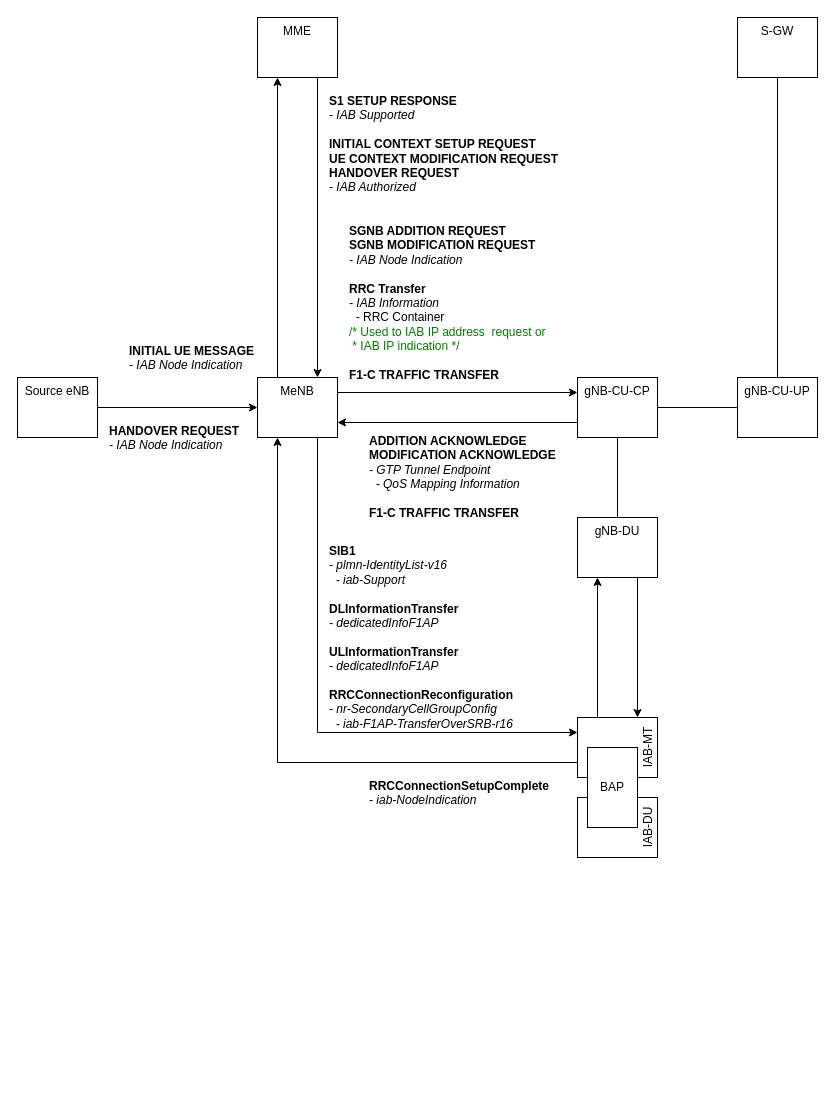
3gpp-network/iab keeps this draw.io diagram as overview.drawio. Above is the earlier version. Source tidied: cells renumbered, new cells numbered last; positions are measured from the earlier drawing's top-left corner, leaving out a move shared by most shapes. Both pictures are drawn from the tidied source at 100%, with x=0, y=0 at pixel (17, 17).
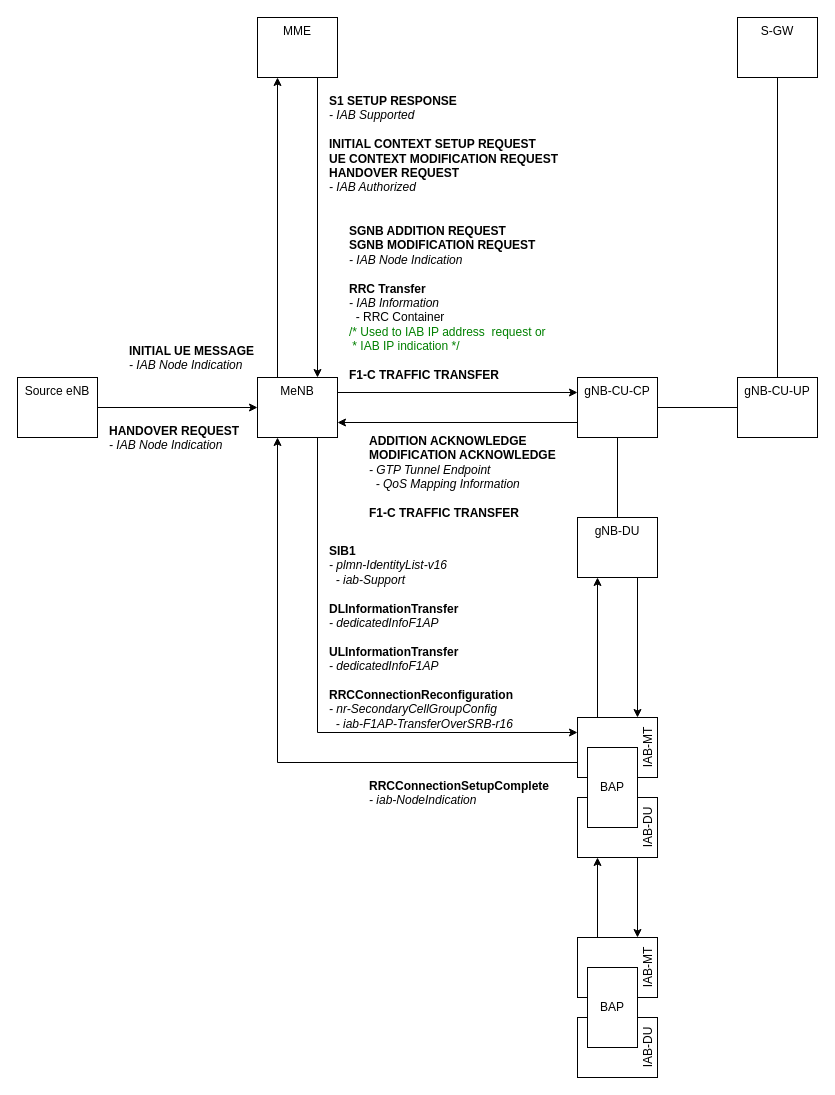
The same diagram, later.

Commit message:
Add one hop child in diagram

The change refers to these unchanged cells:
```xml
<mxCell id="20" value="IAB-DU" style="rounded=0;whiteSpace=wrap;html=1;verticalAlign=bottom;horizontal=0;" parent="1" vertex="1">
  <mxGeometry x="560" y="780" width="80" height="60" as="geometry" />
</mxCell>
```

The edit, as a diff of the source:
```diff
@@
+    <mxCell id="31" style="edgeStyle=orthogonalEdgeStyle;rounded=0;jettySize=auto;html=1;exitX=0.75;exitY=1;exitDx=0;exitDy=0;entryX=0.75;entryY=0;entryDx=0;entryDy=0;" parent="1" edge="1" source="20" target="33">
+      <mxGeometry relative="1" as="geometry" />
+    </mxCell>
@@
+    <mxCell id="32" style="edgeStyle=orthogonalEdgeStyle;rounded=0;jettySize=auto;html=1;exitX=0.25;exitY=0;exitDx=0;exitDy=0;entryX=0.25;entryY=1;entryDx=0;entryDy=0;" parent="1" edge="1" source="33" target="20">
+      <mxGeometry relative="1" as="geometry" />
+    </mxCell>
+    <mxCell id="33" value="IAB-MT" style="rounded=0;whiteSpace=wrap;html=1;verticalAlign=bottom;horizontal=0;" parent="1" vertex="1">
+      <mxGeometry x="560" y="920" width="80" height="60" as="geometry" />
+    </mxCell>
+    <mxCell id="34" value="IAB-DU" style="rounded=0;whiteSpace=wrap;html=1;verticalAlign=bottom;horizontal=0;" parent="1" vertex="1">
+      <mxGeometry x="560" y="1000" width="80" height="60" as="geometry" />
+    </mxCell>
+    <mxCell id="35" value="BAP" style="rounded=0;whiteSpace=wrap;html=1;verticalAlign=middle;" parent="1" vertex="1">
+      <mxGeometry x="570" y="950" width="50" height="80" as="geometry" />
+    </mxCell>
```
